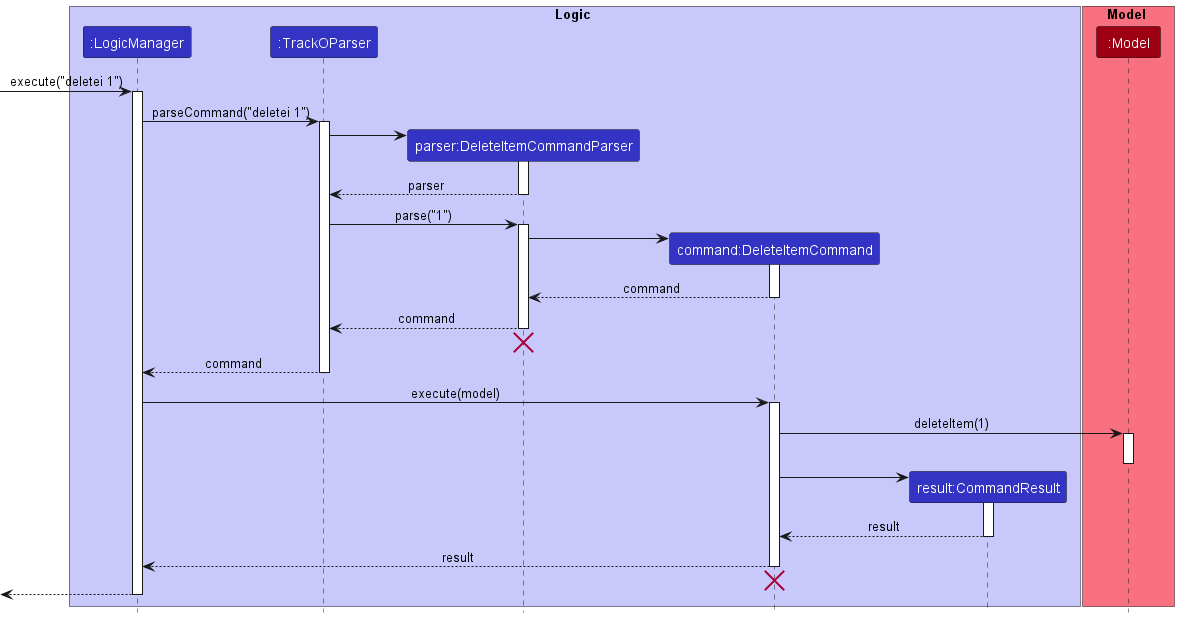
Above: docs/images/developer-guide/DeleteItemSequenceDiagram.png in nus-cs2103-AY2223S1/tp (PlantUML), before the change.
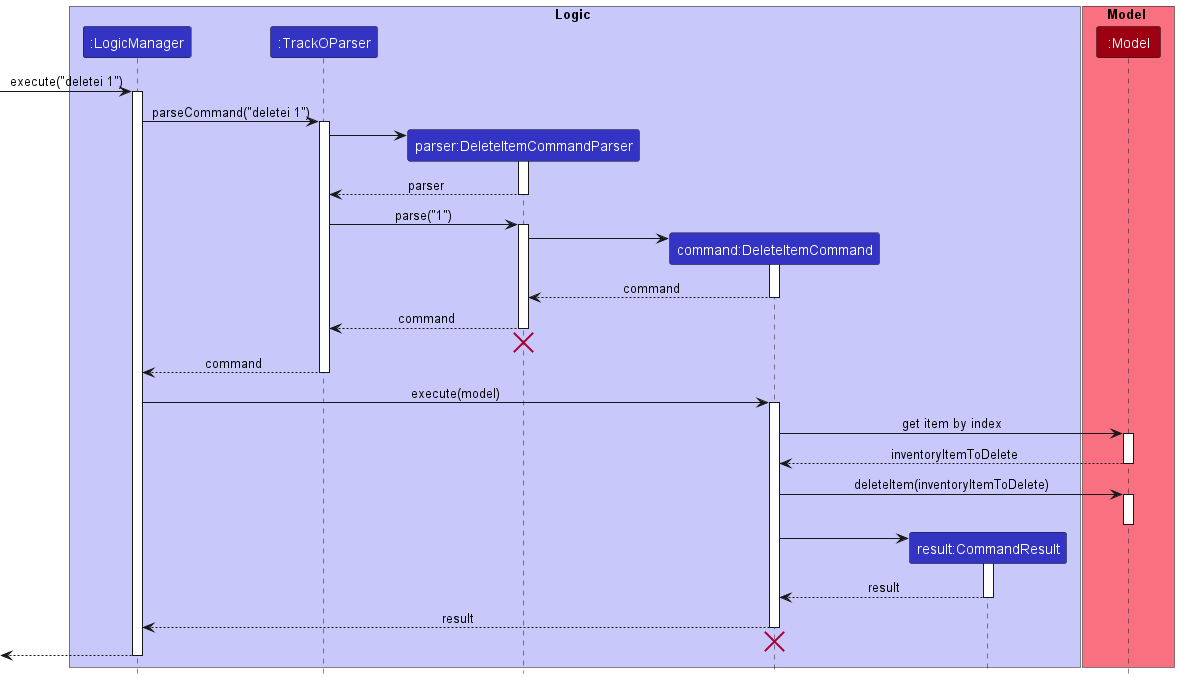
The same diagram one commit later.

Commit message:
Fix EditItem DeleteItem diagrams

Diff of the diagram source:
```diff
@@ -47,7 +47,13 @@
 LogicManager -> DeleteItemCommand : execute(model)
 activate DeleteItemCommand
 
-DeleteItemCommand -> Model : deleteItem(1)
+DeleteItemCommand -> Model : get item by index
+activate Model
+
+Model --> DeleteItemCommand : inventoryItemToDelete
+deactivate Model
+
+DeleteItemCommand -> Model : deleteItem(inventoryItemToDelete)
 activate Model
 deactivate Model
 
```
